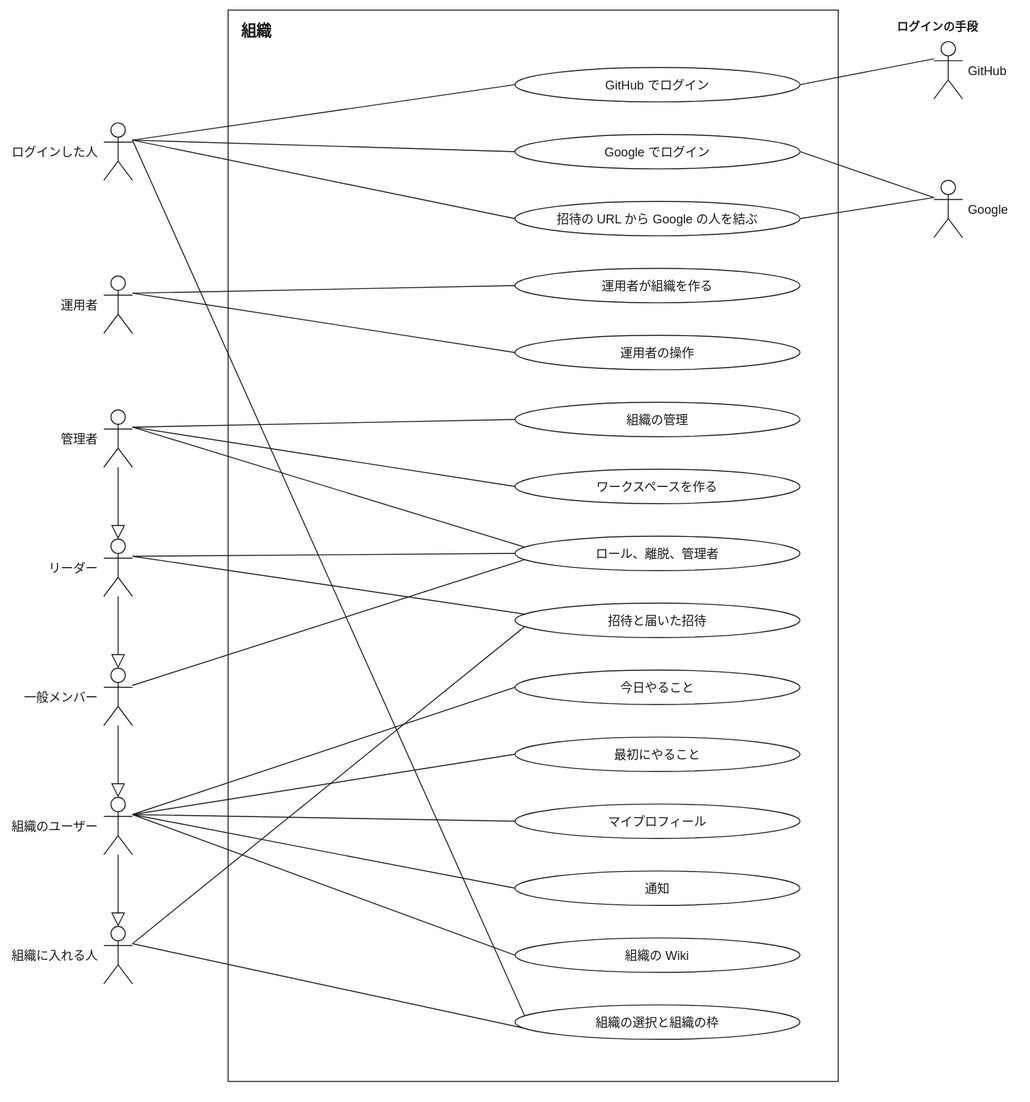
scrum-guild-dev/app keeps this draw.io diagram as docs/use-cases-organization.drawio.svg. Above is the earlier version. Source tidied: cells renumbered, new cells last; positions are measured from the earlier drawing's top-left corner, leaving out a move shared by most shapes. Source of this version:
```xml
<mxGraphModel background="#ffffff">
  <root>
    <mxCell id="0" />
    <mxCell id="1" parent="0" />
    <mxCell id="2" style="html=0;fontFamily=Helvetica;fontSize=13;fontColor=#1a1a1a;strokeColor=#1a1a1a;endArrow=block;endFill=0;endSize=12;rounded=0;entryX=0.5;entryY=0;entryDx=0;entryDy=0;exitX=0.5;exitY=1;exitDx=0;exitDy=0;" parent="1" edge="1" source="46" target="47">
      <mxGeometry relative="1" as="geometry" />
    </mxCell>
    <mxCell id="3" style="html=0;fontFamily=Helvetica;fontSize=13;fontColor=#1a1a1a;strokeColor=#1a1a1a;endArrow=block;endFill=0;endSize=12;rounded=0;entryX=0.5;entryY=0;entryDx=0;entryDy=0;exitX=0.5;exitY=1;exitDx=0;exitDy=0;" parent="1" edge="1" source="47" target="48">
      <mxGeometry relative="1" as="geometry" />
    </mxCell>
    <mxCell id="4" style="html=0;fontFamily=Helvetica;fontSize=13;fontColor=#1a1a1a;strokeColor=#1a1a1a;endArrow=block;endFill=0;endSize=12;rounded=0;entryX=0.5;entryY=0;entryDx=0;entryDy=0;exitX=0.5;exitY=1;exitDx=0;exitDy=0;" parent="1" edge="1" source="48" target="49">
      <mxGeometry relative="1" as="geometry" />
    </mxCell>
    <mxCell id="5" style="html=0;fontFamily=Helvetica;fontSize=13;fontColor=#1a1a1a;strokeColor=#1a1a1a;endArrow=block;endFill=0;endSize=12;rounded=0;entryX=0.5;entryY=0;entryDx=0;entryDy=0;exitX=0.5;exitY=1;exitDx=0;exitDy=0;" parent="1" edge="1" source="49" target="50">
      <mxGeometry relative="1" as="geometry" />
    </mxCell>
    <mxCell id="6" style="html=0;fontFamily=Helvetica;fontSize=13;fontColor=#1a1a1a;strokeColor=#1a1a1a;endArrow=none;endFill=0;rounded=0;entryX=0;entryY=0.5;entryDx=0;entryDy=0;exitX=1;exitY=0.3;exitDx=0;exitDy=0;" parent="1" edge="1" source="44" target="29">
      <mxGeometry relative="1" as="geometry" />
    </mxCell>
    <mxCell id="7" style="html=0;fontFamily=Helvetica;fontSize=13;fontColor=#1a1a1a;strokeColor=#1a1a1a;endArrow=none;endFill=0;rounded=0;entryX=1;entryY=0.5;entryDx=0;entryDy=0;exitX=0;exitY=0.3;exitDx=0;exitDy=0;" parent="1" edge="1" source="51" target="29">
      <mxGeometry relative="1" as="geometry" />
    </mxCell>
    <mxCell id="8" style="html=0;fontFamily=Helvetica;fontSize=13;fontColor=#1a1a1a;strokeColor=#1a1a1a;endArrow=none;endFill=0;rounded=0;entryX=0;entryY=0.5;entryDx=0;entryDy=0;exitX=1;exitY=0.3;exitDx=0;exitDy=0;" parent="1" edge="1" source="44" target="30">
      <mxGeometry relative="1" as="geometry" />
    </mxCell>
    <mxCell id="9" style="html=0;fontFamily=Helvetica;fontSize=13;fontColor=#1a1a1a;strokeColor=#1a1a1a;endArrow=none;endFill=0;rounded=0;entryX=1;entryY=0.5;entryDx=0;entryDy=0;exitX=0;exitY=0.3;exitDx=0;exitDy=0;" parent="1" edge="1" source="52" target="30">
      <mxGeometry relative="1" as="geometry" />
    </mxCell>
    <mxCell id="10" style="html=0;fontFamily=Helvetica;fontSize=13;fontColor=#1a1a1a;strokeColor=#1a1a1a;endArrow=none;endFill=0;rounded=0;entryX=0;entryY=0.5;entryDx=0;entryDy=0;exitX=1;exitY=0.3;exitDx=0;exitDy=0;" parent="1" edge="1" source="44" target="31">
      <mxGeometry relative="1" as="geometry" />
    </mxCell>
    <mxCell id="11" style="html=0;fontFamily=Helvetica;fontSize=13;fontColor=#1a1a1a;strokeColor=#1a1a1a;endArrow=none;endFill=0;rounded=0;entryX=1;entryY=0.5;entryDx=0;entryDy=0;exitX=0;exitY=0.3;exitDx=0;exitDy=0;" parent="1" edge="1" source="52" target="31">
      <mxGeometry relative="1" as="geometry" />
    </mxCell>
    <mxCell id="12" style="html=0;fontFamily=Helvetica;fontSize=13;fontColor=#1a1a1a;strokeColor=#1a1a1a;endArrow=none;endFill=0;rounded=0;entryX=0;entryY=0.5;entryDx=0;entryDy=0;exitX=1;exitY=0.3;exitDx=0;exitDy=0;" parent="1" edge="1" source="45" target="32">
      <mxGeometry relative="1" as="geometry" />
    </mxCell>
    <mxCell id="13" style="html=0;fontFamily=Helvetica;fontSize=13;fontColor=#1a1a1a;strokeColor=#1a1a1a;endArrow=none;endFill=0;rounded=0;entryX=0;entryY=0.5;entryDx=0;entryDy=0;exitX=1;exitY=0.3;exitDx=0;exitDy=0;" parent="1" edge="1" source="45" target="33">
      <mxGeometry relative="1" as="geometry" />
    </mxCell>
    <mxCell id="14" style="html=0;fontFamily=Helvetica;fontSize=13;fontColor=#1a1a1a;strokeColor=#1a1a1a;endArrow=none;endFill=0;rounded=0;entryX=0;entryY=0.5;entryDx=0;entryDy=0;exitX=1;exitY=0.3;exitDx=0;exitDy=0;" parent="1" edge="1" source="46" target="34">
      <mxGeometry relative="1" as="geometry" />
    </mxCell>
    <mxCell id="15" style="html=0;fontFamily=Helvetica;fontSize=13;fontColor=#1a1a1a;strokeColor=#1a1a1a;endArrow=none;endFill=0;rounded=0;entryX=0;entryY=0.5;entryDx=0;entryDy=0;exitX=1;exitY=0.3;exitDx=0;exitDy=0;" parent="1" edge="1" source="46" target="35">
      <mxGeometry relative="1" as="geometry" />
    </mxCell>
    <mxCell id="16" style="html=0;fontFamily=Helvetica;fontSize=13;fontColor=#1a1a1a;strokeColor=#1a1a1a;endArrow=none;endFill=0;rounded=0;entryX=0;entryY=0.3;entryDx=0;entryDy=0;exitX=1;exitY=0.3;exitDx=0;exitDy=0;" parent="1" edge="1" source="46" target="36">
      <mxGeometry relative="1" as="geometry" />
    </mxCell>
    <mxCell id="17" style="html=0;fontFamily=Helvetica;fontSize=13;fontColor=#1a1a1a;strokeColor=#1a1a1a;endArrow=none;endFill=0;rounded=0;entryX=0;entryY=0.5;entryDx=0;entryDy=0;exitX=1;exitY=0.3;exitDx=0;exitDy=0;" parent="1" edge="1" source="47" target="36">
      <mxGeometry relative="1" as="geometry" />
    </mxCell>
    <mxCell id="18" style="html=0;fontFamily=Helvetica;fontSize=13;fontColor=#1a1a1a;strokeColor=#1a1a1a;endArrow=none;endFill=0;rounded=0;entryX=0;entryY=0.7;entryDx=0;entryDy=0;exitX=1;exitY=0.3;exitDx=0;exitDy=0;" parent="1" edge="1" source="48" target="36">
      <mxGeometry relative="1" as="geometry" />
    </mxCell>
    <mxCell id="19" style="html=0;fontFamily=Helvetica;fontSize=13;fontColor=#1a1a1a;strokeColor=#1a1a1a;endArrow=none;endFill=0;rounded=0;entryX=0;entryY=0.3;entryDx=0;entryDy=0;exitX=1;exitY=0.3;exitDx=0;exitDy=0;" parent="1" edge="1" source="47" target="37">
      <mxGeometry relative="1" as="geometry" />
    </mxCell>
    <mxCell id="20" style="html=0;fontFamily=Helvetica;fontSize=13;fontColor=#1a1a1a;strokeColor=#1a1a1a;endArrow=none;endFill=0;rounded=0;entryX=0;entryY=0.7;entryDx=0;entryDy=0;exitX=1;exitY=0.3;exitDx=0;exitDy=0;" parent="1" edge="1" source="50" target="37">
      <mxGeometry relative="1" as="geometry" />
    </mxCell>
    <mxCell id="21" style="html=0;fontFamily=Helvetica;fontSize=13;fontColor=#1a1a1a;strokeColor=#1a1a1a;endArrow=none;endFill=0;rounded=0;entryX=0;entryY=0.5;entryDx=0;entryDy=0;exitX=1;exitY=0.3;exitDx=0;exitDy=0;" parent="1" edge="1" source="49" target="38">
      <mxGeometry relative="1" as="geometry" />
    </mxCell>
    <mxCell id="22" style="html=0;fontFamily=Helvetica;fontSize=13;fontColor=#1a1a1a;strokeColor=#1a1a1a;endArrow=none;endFill=0;rounded=0;entryX=0;entryY=0.5;entryDx=0;entryDy=0;exitX=1;exitY=0.3;exitDx=0;exitDy=0;" parent="1" edge="1" source="49" target="39">
      <mxGeometry relative="1" as="geometry" />
    </mxCell>
    <mxCell id="23" style="html=0;fontFamily=Helvetica;fontSize=13;fontColor=#1a1a1a;strokeColor=#1a1a1a;endArrow=none;endFill=0;rounded=0;entryX=0;entryY=0.5;entryDx=0;entryDy=0;exitX=1;exitY=0.3;exitDx=0;exitDy=0;" parent="1" edge="1" source="49" target="40">
      <mxGeometry relative="1" as="geometry" />
    </mxCell>
    <mxCell id="24" style="html=0;fontFamily=Helvetica;fontSize=13;fontColor=#1a1a1a;strokeColor=#1a1a1a;endArrow=none;endFill=0;rounded=0;entryX=0;entryY=0.5;entryDx=0;entryDy=0;exitX=1;exitY=0.3;exitDx=0;exitDy=0;" parent="1" edge="1" source="49" target="41">
      <mxGeometry relative="1" as="geometry" />
    </mxCell>
    <mxCell id="25" style="html=0;fontFamily=Helvetica;fontSize=13;fontColor=#1a1a1a;strokeColor=#1a1a1a;endArrow=none;endFill=0;rounded=0;entryX=0;entryY=0.3;entryDx=0;entryDy=0;exitX=1;exitY=0.3;exitDx=0;exitDy=0;" parent="1" edge="1" source="44" target="42">
      <mxGeometry relative="1" as="geometry" />
    </mxCell>
    <mxCell id="26" style="html=0;fontFamily=Helvetica;fontSize=13;fontColor=#1a1a1a;strokeColor=#1a1a1a;endArrow=none;endFill=0;rounded=0;entryX=0;entryY=0.7;entryDx=0;entryDy=0;exitX=1;exitY=0.3;exitDx=0;exitDy=0;" parent="1" edge="1" source="50" target="42">
      <mxGeometry relative="1" as="geometry" />
    </mxCell>
    <mxCell id="27" style="html=0;fontFamily=Helvetica;fontSize=13;fontColor=#1a1a1a;strokeColor=#1a1a1a;endArrow=none;endFill=0;rounded=0;entryX=0;entryY=0.5;entryDx=0;entryDy=0;exitX=1;exitY=0.3;exitDx=0;exitDy=0;" parent="1" edge="1" source="49" target="43">
      <mxGeometry relative="1" as="geometry" />
    </mxCell>
    <mxCell id="28" value="組織" style="html=0;fontFamily=Helvetica;fontSize=13;fontColor=#1a1a1a;strokeColor=#1a1a1a;rounded=0;fillColor=none;verticalAlign=top;align=left;spacingLeft=12;spacingTop=6;fontStyle=1;fontSize=16;" parent="1" vertex="1">
      <mxGeometry x="130" width="638" height="1120" as="geometry" />
    </mxCell>
    <mxCell id="29" value="GitHub でログイン" style="html=0;fontFamily=Helvetica;fontSize=13;fontColor=#1a1a1a;strokeColor=#1a1a1a;ellipse;whiteSpace=nowrap;fillColor=#ffffff;" parent="1" vertex="1">
      <mxGeometry x="430" y="60" width="298" height="36" as="geometry" />
    </mxCell>
    <mxCell id="30" value="Google でログイン" style="html=0;fontFamily=Helvetica;fontSize=13;fontColor=#1a1a1a;strokeColor=#1a1a1a;ellipse;whiteSpace=nowrap;fillColor=#ffffff;" parent="1" vertex="1">
      <mxGeometry x="430" y="130" width="298" height="36" as="geometry" />
    </mxCell>
    <mxCell id="31" value="招待の URL から Google の人を結ぶ" style="html=0;fontFamily=Helvetica;fontSize=13;fontColor=#1a1a1a;strokeColor=#1a1a1a;ellipse;whiteSpace=nowrap;fillColor=#ffffff;" parent="1" vertex="1">
      <mxGeometry x="430" y="200" width="298" height="36" as="geometry" />
    </mxCell>
    <mxCell id="32" value="運用者が組織を作る" style="html=0;fontFamily=Helvetica;fontSize=13;fontColor=#1a1a1a;strokeColor=#1a1a1a;ellipse;whiteSpace=nowrap;fillColor=#ffffff;" parent="1" vertex="1">
      <mxGeometry x="430" y="270" width="298" height="36" as="geometry" />
    </mxCell>
    <mxCell id="33" value="運用者の操作" style="html=0;fontFamily=Helvetica;fontSize=13;fontColor=#1a1a1a;strokeColor=#1a1a1a;ellipse;whiteSpace=nowrap;fillColor=#ffffff;" parent="1" vertex="1">
      <mxGeometry x="430" y="340" width="298" height="36" as="geometry" />
    </mxCell>
    <mxCell id="34" value="組織の管理" style="html=0;fontFamily=Helvetica;fontSize=13;fontColor=#1a1a1a;strokeColor=#1a1a1a;ellipse;whiteSpace=nowrap;fillColor=#ffffff;" parent="1" vertex="1">
      <mxGeometry x="430" y="410" width="298" height="36" as="geometry" />
    </mxCell>
    <mxCell id="35" value="ワークスペースを作る" style="html=0;fontFamily=Helvetica;fontSize=13;fontColor=#1a1a1a;strokeColor=#1a1a1a;ellipse;whiteSpace=nowrap;fillColor=#ffffff;" parent="1" vertex="1">
      <mxGeometry x="430" y="480" width="298" height="36" as="geometry" />
    </mxCell>
    <mxCell id="36" value="ロール、離脱、管理者" style="html=0;fontFamily=Helvetica;fontSize=13;fontColor=#1a1a1a;strokeColor=#1a1a1a;ellipse;whiteSpace=nowrap;fillColor=#ffffff;" parent="1" vertex="1">
      <mxGeometry x="430" y="550" width="298" height="36" as="geometry" />
    </mxCell>
    <mxCell id="37" value="招待と届いた招待" style="html=0;fontFamily=Helvetica;fontSize=13;fontColor=#1a1a1a;strokeColor=#1a1a1a;ellipse;whiteSpace=nowrap;fillColor=#ffffff;" parent="1" vertex="1">
      <mxGeometry x="430" y="620" width="298" height="36" as="geometry" />
    </mxCell>
    <mxCell id="38" value="今日やること" style="html=0;fontFamily=Helvetica;fontSize=13;fontColor=#1a1a1a;strokeColor=#1a1a1a;ellipse;whiteSpace=nowrap;fillColor=#ffffff;" parent="1" vertex="1">
      <mxGeometry x="430" y="690" width="298" height="36" as="geometry" />
    </mxCell>
    <mxCell id="39" value="最初にやること" style="html=0;fontFamily=Helvetica;fontSize=13;fontColor=#1a1a1a;strokeColor=#1a1a1a;ellipse;whiteSpace=nowrap;fillColor=#ffffff;" parent="1" vertex="1">
      <mxGeometry x="430" y="760" width="298" height="36" as="geometry" />
    </mxCell>
    <mxCell id="40" value="マイプロフィール" style="html=0;fontFamily=Helvetica;fontSize=13;fontColor=#1a1a1a;strokeColor=#1a1a1a;ellipse;whiteSpace=nowrap;fillColor=#ffffff;" parent="1" vertex="1">
      <mxGeometry x="430" y="830" width="298" height="36" as="geometry" />
    </mxCell>
    <mxCell id="41" value="通知" style="html=0;fontFamily=Helvetica;fontSize=13;fontColor=#1a1a1a;strokeColor=#1a1a1a;ellipse;whiteSpace=nowrap;fillColor=#ffffff;" parent="1" vertex="1">
      <mxGeometry x="430" y="900" width="298" height="36" as="geometry" />
    </mxCell>
    <mxCell id="42" value="組織の選択と組織の枠" style="html=0;fontFamily=Helvetica;fontSize=13;fontColor=#1a1a1a;strokeColor=#1a1a1a;ellipse;whiteSpace=nowrap;fillColor=#ffffff;" parent="1" vertex="1">
      <mxGeometry x="430" y="1040" width="298" height="36" as="geometry" />
    </mxCell>
    <mxCell id="43" value="組織の Wiki" style="html=0;fontFamily=Helvetica;fontSize=13;fontColor=#1a1a1a;strokeColor=#1a1a1a;ellipse;whiteSpace=nowrap;fillColor=#ffffff;" parent="1" vertex="1">
      <mxGeometry x="430" y="970" width="298" height="36" as="geometry" />
    </mxCell>
    <mxCell id="44" value="ログインした人" style="html=0;fontFamily=Helvetica;fontSize=13;fontColor=#1a1a1a;strokeColor=#1a1a1a;labelBackgroundColor=#ffffff;shape=umlActor;labelPosition=left;verticalLabelPosition=middle;align=right;verticalAlign=middle;spacingRight=4;fillColor=#ffffff;outlineConnect=0;" parent="1" vertex="1">
      <mxGeometry y="118" width="30" height="60" as="geometry" />
    </mxCell>
    <mxCell id="45" value="運用者" style="html=0;fontFamily=Helvetica;fontSize=13;fontColor=#1a1a1a;strokeColor=#1a1a1a;labelBackgroundColor=#ffffff;shape=umlActor;labelPosition=left;verticalLabelPosition=middle;align=right;verticalAlign=middle;spacingRight=4;fillColor=#ffffff;outlineConnect=0;" parent="1" vertex="1">
      <mxGeometry y="278" width="30" height="60" as="geometry" />
    </mxCell>
    <mxCell id="46" value="管理者" style="html=0;fontFamily=Helvetica;fontSize=13;fontColor=#1a1a1a;strokeColor=#1a1a1a;labelBackgroundColor=#ffffff;shape=umlActor;labelPosition=left;verticalLabelPosition=middle;align=right;verticalAlign=middle;spacingRight=4;fillColor=#ffffff;outlineConnect=0;" parent="1" vertex="1">
      <mxGeometry y="418" width="30" height="60" as="geometry" />
    </mxCell>
    <mxCell id="47" value="リーダー" style="html=0;fontFamily=Helvetica;fontSize=13;fontColor=#1a1a1a;strokeColor=#1a1a1a;labelBackgroundColor=#ffffff;shape=umlActor;labelPosition=left;verticalLabelPosition=middle;align=right;verticalAlign=middle;spacingRight=4;fillColor=#ffffff;outlineConnect=0;" parent="1" vertex="1">
      <mxGeometry y="553" width="30" height="60" as="geometry" />
    </mxCell>
    <mxCell id="48" value="一般メンバー" style="html=0;fontFamily=Helvetica;fontSize=13;fontColor=#1a1a1a;strokeColor=#1a1a1a;labelBackgroundColor=#ffffff;shape=umlActor;labelPosition=left;verticalLabelPosition=middle;align=right;verticalAlign=middle;spacingRight=4;fillColor=#ffffff;outlineConnect=0;" parent="1" vertex="1">
      <mxGeometry y="688" width="30" height="60" as="geometry" />
    </mxCell>
    <mxCell id="49" value="組織のユーザー" style="html=0;fontFamily=Helvetica;fontSize=13;fontColor=#1a1a1a;strokeColor=#1a1a1a;labelBackgroundColor=#ffffff;shape=umlActor;labelPosition=left;verticalLabelPosition=middle;align=right;verticalAlign=middle;spacingRight=4;fillColor=#ffffff;outlineConnect=0;" parent="1" vertex="1">
      <mxGeometry y="823" width="30" height="60" as="geometry" />
    </mxCell>
    <mxCell id="50" value="組織に入れる人" style="html=0;fontFamily=Helvetica;fontSize=13;fontColor=#1a1a1a;strokeColor=#1a1a1a;labelBackgroundColor=#ffffff;shape=umlActor;labelPosition=left;verticalLabelPosition=middle;align=right;verticalAlign=middle;spacingRight=4;fillColor=#ffffff;outlineConnect=0;" parent="1" vertex="1">
      <mxGeometry y="958" width="30" height="60" as="geometry" />
    </mxCell>
    <mxCell id="51" value="GitHub" style="html=0;fontFamily=Helvetica;fontSize=13;fontColor=#1a1a1a;strokeColor=#1a1a1a;labelBackgroundColor=#ffffff;shape=umlActor;labelPosition=right;verticalLabelPosition=middle;align=left;verticalAlign=middle;spacingLeft=4;fillColor=#ffffff;outlineConnect=0;" parent="1" vertex="1">
      <mxGeometry x="868" y="33" width="30" height="60" as="geometry" />
    </mxCell>
    <mxCell id="52" value="Google" style="html=0;fontFamily=Helvetica;fontSize=13;fontColor=#1a1a1a;strokeColor=#1a1a1a;labelBackgroundColor=#ffffff;shape=umlActor;labelPosition=right;verticalLabelPosition=middle;align=left;verticalAlign=middle;spacingLeft=4;fillColor=#ffffff;outlineConnect=0;" parent="1" vertex="1">
      <mxGeometry x="868" y="178" width="30" height="60" as="geometry" />
    </mxCell>
    <mxCell id="53" value="ログインの手段" style="html=0;fontFamily=Helvetica;fontSize=13;fontColor=#1a1a1a;strokeColor=#1a1a1a;text;align=left;verticalAlign=middle;fontStyle=1;fontSize=12;strokeColor=none;fillColor=none;" parent="1" vertex="1">
      <mxGeometry x="828" y="7" width="120" height="20" as="geometry" />
    </mxCell>
  </root>
</mxGraphModel>
```
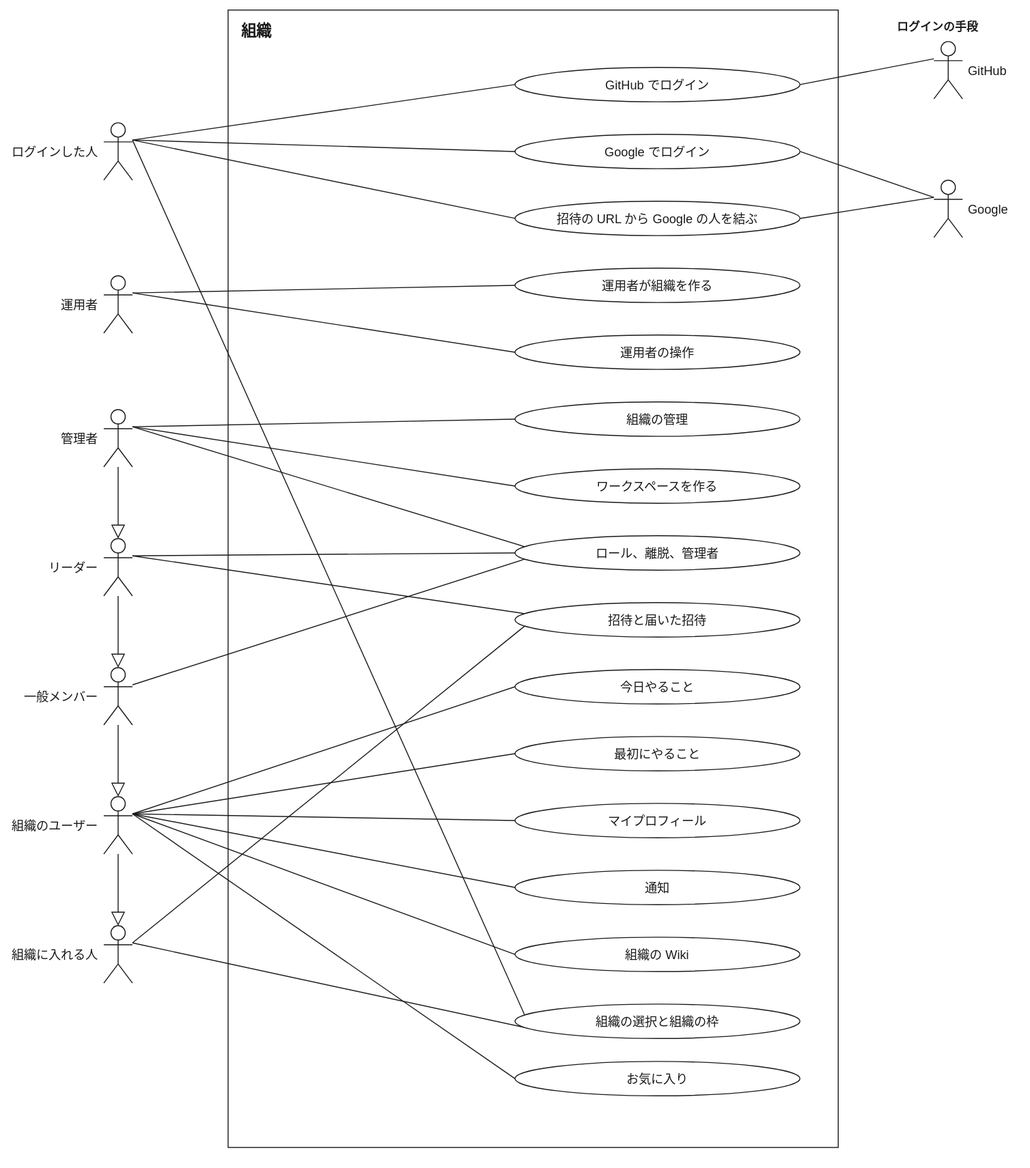
Later version of the same file.

Commit message:
docs(favorite): 機能一覧と組織のユースケース図を同期する

Change to the diagram source:
```diff
@@ -81,7 +81,7 @@
       <mxGeometry relative="1" as="geometry" />
     </mxCell>
     <mxCell id="28" value="組織" style="html=0;fontFamily=Helvetica;fontSize=13;fontColor=#1a1a1a;strokeColor=#1a1a1a;rounded=0;fillColor=none;verticalAlign=top;align=left;spacingLeft=12;spacingTop=6;fontStyle=1;fontSize=16;" parent="1" vertex="1">
-      <mxGeometry x="130" width="638" height="1120" as="geometry" />
+      <mxGeometry x="130" width="638" height="1190" as="geometry" />
     </mxCell>
     <mxCell id="29" value="GitHub でログイン" style="html=0;fontFamily=Helvetica;fontSize=13;fontColor=#1a1a1a;strokeColor=#1a1a1a;ellipse;whiteSpace=nowrap;fillColor=#ffffff;" parent="1" vertex="1">
       <mxGeometry x="430" y="60" width="298" height="36" as="geometry" />
@@ -158,5 +158,11 @@
     <mxCell id="53" value="ログインの手段" style="html=0;fontFamily=Helvetica;fontSize=13;fontColor=#1a1a1a;strokeColor=#1a1a1a;text;align=left;verticalAlign=middle;fontStyle=1;fontSize=12;strokeColor=none;fillColor=none;" parent="1" vertex="1">
       <mxGeometry x="828" y="7" width="120" height="20" as="geometry" />
     </mxCell>
+    <mxCell id="54" value="お気に入り" style="html=0;fontFamily=Helvetica;fontSize=13;fontColor=#1a1a1a;strokeColor=#1a1a1a;ellipse;whiteSpace=nowrap;fillColor=#ffffff;" parent="1" vertex="1">
+      <mxGeometry x="430" y="1100" width="298" height="36" as="geometry" />
+    </mxCell>
+    <mxCell id="55" style="html=0;fontFamily=Helvetica;fontSize=13;fontColor=#1a1a1a;strokeColor=#1a1a1a;endArrow=none;endFill=0;rounded=0;entryX=0;entryY=0.5;entryDx=0;entryDy=0;exitX=1;exitY=0.3;exitDx=0;exitDy=0;" parent="1" edge="1" source="49" target="54">
+      <mxGeometry relative="1" as="geometry" />
+    </mxCell>
   </root>
 </mxGraphModel>
```
